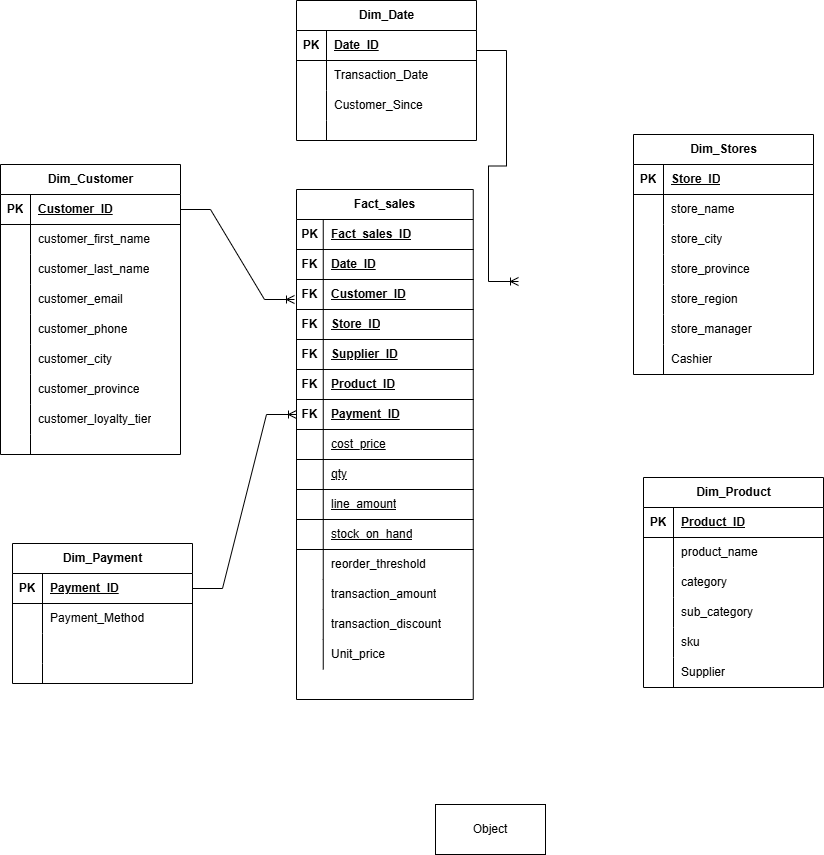
Above: Data_Modeling/Brightlearnsale data model.drawio.png in FulufheloNetshiombo/Brightlearn-de-exam--Fulufhelo---Netshiombo- (draw.io), before the change. Source tidied: cells renumbered, new cells last; positions are measured from the earlier drawing's top-left corner, leaving out a move shared by most shapes.
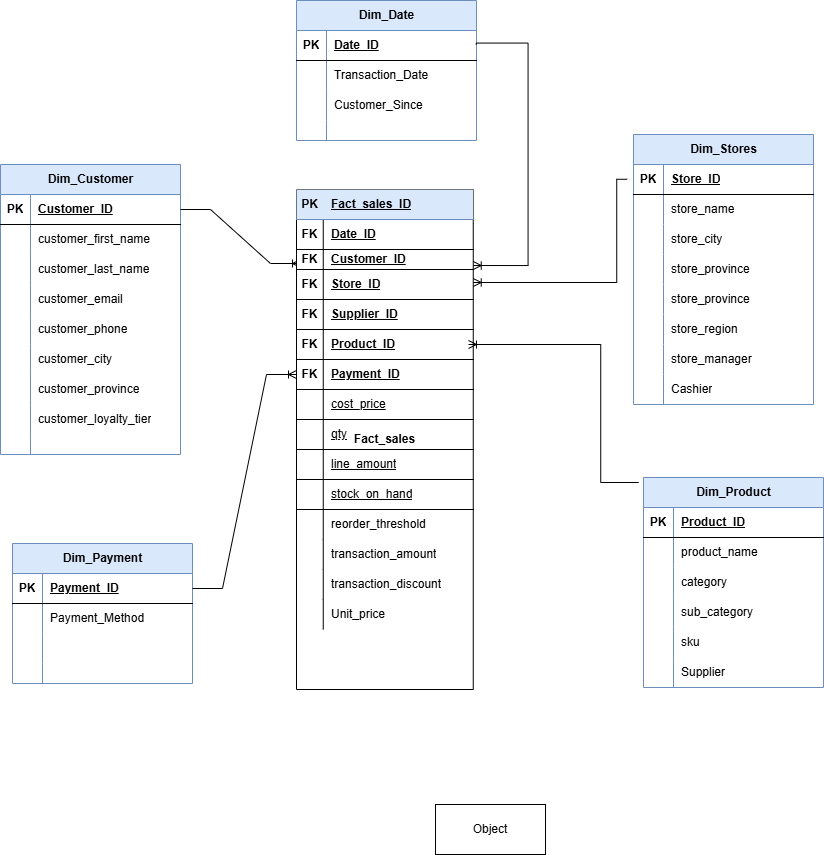
Later version of the same file.

Commit message:
final brightlearn deexam complete

The edit, as a diff of the source:
```diff
@@ -2,7 +2,7 @@
   <root>
     <mxCell id="0" />
     <mxCell id="1" parent="0" />
-    <mxCell id="2" value="Dim_Product" style="shape=table;startSize=30;rowLines=0;fontStyle=1;align=center;html=1;" parent="1" vertex="1">
+    <mxCell id="2" value="Dim_Product" style="shape=table;startSize=30;rowLines=0;fontStyle=1;align=center;html=1;fillColor=#dae8fc;strokeColor=#6c8ebf;" parent="1" vertex="1">
       <mxGeometry x="643" y="477" width="180" height="210" as="geometry" />
     </mxCell>
     <mxCell id="3" style="shape=tableRow;horizontal=0;startSize=0;swimlaneHead=0;swimlaneBody=0;fillColor=none;top=0;left=0;right=0;bottom=1;" parent="2" vertex="1">
@@ -59,7 +59,7 @@
     <mxCell id="20" value="Supplier" style="shape=partialRectangle;fillColor=none;top=0;left=0;bottom=0;right=0;align=left;spacingLeft=6;overflow=hidden;whiteSpace=wrap;html=1;" parent="18" vertex="1">
       <mxGeometry x="30" width="150" height="30" as="geometry" />
     </mxCell>
-    <mxCell id="21" value="Dim_Payment" style="shape=table;startSize=30;rowLines=0;fontStyle=1;align=center;html=1;" parent="1" vertex="1">
+    <mxCell id="21" value="Dim_Payment" style="shape=table;startSize=30;rowLines=0;fontStyle=1;align=center;html=1;fillColor=#dae8fc;strokeColor=#6c8ebf;" parent="1" vertex="1">
       <mxGeometry x="12" y="543" width="180" height="140" as="geometry" />
     </mxCell>
     <mxCell id="22" style="shape=tableRow;horizontal=0;startSize=0;swimlaneHead=0;swimlaneBody=0;fillColor=none;points=[[0,0.5],[1,0.5]];portConstraint=eastwest;top=0;left=0;right=0;bottom=1;" parent="21" vertex="1">
@@ -98,7 +98,7 @@
     <mxCell id="33" style="shape=partialRectangle;fillColor=none;top=0;left=0;bottom=0;right=0;align=left;spacingLeft=6;overflow=hidden;whiteSpace=wrap;html=1;" parent="31" vertex="1">
       <mxGeometry x="30" width="150" height="20" as="geometry" />
     </mxCell>
-    <mxCell id="34" value="Dim_Customer" style="shape=table;startSize=30;rowLines=0;fontStyle=1;align=center;html=1;" parent="1" vertex="1">
+    <mxCell id="34" value="Dim_Customer" style="shape=table;startSize=30;rowLines=0;fontStyle=1;align=center;html=1;fillColor=#dae8fc;strokeColor=#6c8ebf;" parent="1" vertex="1">
       <mxGeometry y="164" width="180" height="290" as="geometry" />
     </mxCell>
     <mxCell id="35" style="shape=tableRow;horizontal=0;startSize=0;swimlaneHead=0;swimlaneBody=0;fillColor=none;points=[[0,0.5],[1,0.5]];portConstraint=eastwest;top=0;left=0;right=0;bottom=1;" parent="34" vertex="1">
@@ -182,7 +182,7 @@
     <mxCell id="61" style="shape=partialRectangle;fillColor=none;top=0;left=0;bottom=0;right=0;align=left;spacingLeft=6;overflow=hidden;whiteSpace=wrap;html=1;" parent="59" vertex="1">
       <mxGeometry x="30" width="150" height="20" as="geometry" />
     </mxCell>
-    <mxCell id="62" value="Dim_Date" style="shape=table;startSize=30;rowLines=0;fontStyle=1;align=center;html=1;" parent="1" vertex="1">
+    <mxCell id="62" value="Dim_Date" style="shape=table;startSize=30;rowLines=0;fontStyle=1;align=center;html=1;fillColor=#dae8fc;strokeColor=#6c8ebf;" parent="1" vertex="1">
       <mxGeometry x="296" width="180" height="140" as="geometry" />
     </mxCell>
     <mxCell id="63" style="shape=tableRow;horizontal=0;startSize=0;swimlaneHead=0;swimlaneBody=0;fillColor=none;top=0;left=0;right=0;bottom=1;" parent="62" vertex="1">
@@ -221,8 +221,8 @@
     <mxCell id="74" style="shape=partialRectangle;fillColor=none;top=0;left=0;bottom=0;right=0;align=left;spacingLeft=6;overflow=hidden;whiteSpace=wrap;html=1;" parent="72" vertex="1">
       <mxGeometry x="30" width="150" height="20" as="geometry" />
     </mxCell>
-    <mxCell id="75" value="Dim_Stores" style="shape=table;startSize=30;rowLines=0;fontStyle=1;align=center;html=1;" parent="1" vertex="1">
-      <mxGeometry x="633" y="134" width="180" height="240" as="geometry" />
+    <mxCell id="75" value="Dim_Stores" style="shape=table;startSize=30;rowLines=0;fontStyle=1;align=center;html=1;fillColor=#dae8fc;strokeColor=#6c8ebf;" parent="1" vertex="1">
+      <mxGeometry x="633" y="134" width="180" height="270" as="geometry" />
     </mxCell>
     <mxCell id="76" style="shape=tableRow;horizontal=0;startSize=0;swimlaneHead=0;swimlaneBody=0;fillColor=none;points=[[0,0.5],[1,0.5]];portConstraint=eastwest;top=0;left=0;right=0;bottom=1;" parent="75" vertex="1">
       <mxGeometry y="30" width="180" height="30" as="geometry" />
@@ -251,8 +251,17 @@
     <mxCell id="84" value="store_city" style="shape=partialRectangle;fillColor=none;top=0;left=0;bottom=0;right=0;align=left;spacingLeft=6;overflow=hidden;whiteSpace=wrap;html=1;" parent="82" vertex="1">
       <mxGeometry x="30" width="150" height="30" as="geometry" />
     </mxCell>
+    <mxCell id="147" style="shape=tableRow;horizontal=0;startSize=0;swimlaneHead=0;swimlaneBody=0;fillColor=none;top=0;left=0;right=0;bottom=0;" parent="75" vertex="1">
+      <mxGeometry y="120" width="180" height="30" as="geometry" />
+    </mxCell>
+    <mxCell id="148" style="shape=partialRectangle;fillColor=none;top=0;left=0;bottom=0;right=0;overflow=hidden;whiteSpace=wrap;html=1;" parent="147" vertex="1">
+      <mxGeometry width="30" height="30" as="geometry" />
+    </mxCell>
+    <mxCell id="149" value="store_province" style="shape=partialRectangle;fillColor=none;top=0;left=0;bottom=0;right=0;align=left;spacingLeft=6;overflow=hidden;whiteSpace=wrap;html=1;" parent="147" vertex="1">
+      <mxGeometry x="30" width="150" height="30" as="geometry" />
+    </mxCell>
     <mxCell id="85" style="shape=tableRow;horizontal=0;startSize=0;swimlaneHead=0;swimlaneBody=0;fillColor=none;top=0;left=0;right=0;bottom=0;" parent="75" vertex="1">
-      <mxGeometry y="120" width="180" height="30" as="geometry" />
+      <mxGeometry y="150" width="180" height="30" as="geometry" />
     </mxCell>
     <mxCell id="86" style="shape=partialRectangle;fillColor=none;top=0;left=0;bottom=0;right=0;overflow=hidden;whiteSpace=wrap;html=1;" parent="85" vertex="1">
       <mxGeometry width="30" height="30" as="geometry" />
@@ -261,7 +270,7 @@
       <mxGeometry x="30" width="150" height="30" as="geometry" />
     </mxCell>
     <mxCell id="88" style="shape=tableRow;horizontal=0;startSize=0;swimlaneHead=0;swimlaneBody=0;fillColor=none;top=0;left=0;right=0;bottom=0;" parent="75" vertex="1">
-      <mxGeometry y="150" width="180" height="30" as="geometry" />
+      <mxGeometry y="180" width="180" height="30" as="geometry" />
     </mxCell>
     <mxCell id="89" style="shape=partialRectangle;fillColor=none;top=0;left=0;bottom=0;right=0;overflow=hidden;whiteSpace=wrap;html=1;" parent="88" vertex="1">
       <mxGeometry width="30" height="30" as="geometry" />
@@ -270,7 +279,7 @@
       <mxGeometry x="30" width="150" height="30" as="geometry" />
     </mxCell>
     <mxCell id="91" style="shape=tableRow;horizontal=0;startSize=0;swimlaneHead=0;swimlaneBody=0;fillColor=none;top=0;left=0;right=0;bottom=0;" parent="75" vertex="1">
-      <mxGeometry y="180" width="180" height="30" as="geometry" />
+      <mxGeometry y="210" width="180" height="30" as="geometry" />
     </mxCell>
     <mxCell id="92" style="shape=partialRectangle;fillColor=none;top=0;left=0;bottom=0;right=0;overflow=hidden;whiteSpace=wrap;html=1;" parent="91" vertex="1">
       <mxGeometry width="30" height="30" as="geometry" />
@@ -279,7 +288,7 @@
       <mxGeometry x="30" width="150" height="30" as="geometry" />
     </mxCell>
     <mxCell id="94" style="shape=tableRow;horizontal=0;startSize=0;swimlaneHead=0;swimlaneBody=0;fillColor=none;top=0;left=0;right=0;bottom=0;" parent="75" vertex="1">
-      <mxGeometry y="210" width="180" height="30" as="geometry" />
+      <mxGeometry y="240" width="180" height="30" as="geometry" />
     </mxCell>
     <mxCell id="95" style="shape=partialRectangle;fillColor=none;top=0;left=0;bottom=0;right=0;overflow=hidden;whiteSpace=wrap;html=1;" parent="94" vertex="1">
       <mxGeometry width="30" height="30" as="geometry" />
@@ -289,14 +298,14 @@
     </mxCell>
     <mxCell id="97" style="edgeStyle=entityRelationEdgeStyle;fontSize=12;html=1;endArrow=ERoneToMany;rounded=0;exitX=1;exitY=0.5;exitDx=0;exitDy=0;" parent="1" edge="1" source="35">
       <mxGeometry relative="1" as="geometry">
-        <mxPoint x="294" y="299" as="targetPoint" />
+        <mxPoint x="300" y="263" as="targetPoint" />
       </mxGeometry>
     </mxCell>
-    <mxCell id="98" value="Fact_sales" style="shape=table;startSize=30;rowLines=0;fontStyle=1;align=center;html=1;" parent="1" vertex="1">
-      <mxGeometry x="296" y="189" width="176.8" height="510" as="geometry" />
+    <mxCell id="98" value="Fact_sales" style="shape=table;startSize=0;rowLines=0;fontStyle=1;align=center;html=1;" parent="1" vertex="1">
+      <mxGeometry x="296" y="189" width="176.8" height="500" as="geometry" />
     </mxCell>
-    <mxCell id="99" style="shape=tableRow;horizontal=0;startSize=0;swimlaneHead=0;swimlaneBody=0;fillColor=none;top=0;left=0;right=0;bottom=1;" parent="98" vertex="1">
-      <mxGeometry y="30" width="176.8" height="30" as="geometry" />
+    <mxCell id="99" style="shape=tableRow;horizontal=0;startSize=0;swimlaneHead=0;swimlaneBody=0;fillColor=#dae8fc;top=0;left=0;right=0;bottom=1;strokeColor=#6c8ebf;" parent="98" vertex="1">
+      <mxGeometry width="176.8" height="30" as="geometry" />
     </mxCell>
     <mxCell id="100" value="PK" style="shape=partialRectangle;fillColor=none;top=0;left=0;bottom=0;right=0;fontStyle=1;overflow=hidden;whiteSpace=wrap;html=1;" parent="99" vertex="1">
       <mxGeometry width="26.8" height="30" as="geometry" />
@@ -305,7 +314,7 @@
       <mxGeometry x="26.8" width="150" height="30" as="geometry" />
     </mxCell>
     <mxCell id="102" style="shape=tableRow;horizontal=0;startSize=0;swimlaneHead=0;swimlaneBody=0;fillColor=none;top=0;left=0;right=0;bottom=1;" parent="98" vertex="1">
-      <mxGeometry y="60" width="176.8" height="30" as="geometry" />
+      <mxGeometry y="30" width="176.8" height="30" as="geometry" />
     </mxCell>
     <mxCell id="103" value="FK" style="shape=partialRectangle;fillColor=none;top=0;left=0;bottom=0;right=0;fontStyle=1;overflow=hidden;whiteSpace=wrap;html=1;" parent="102" vertex="1">
       <mxGeometry width="26.8" height="30" as="geometry" />
@@ -314,16 +323,16 @@
       <mxGeometry x="26.8" width="150" height="30" as="geometry" />
     </mxCell>
     <mxCell id="105" style="shape=tableRow;horizontal=0;startSize=0;swimlaneHead=0;swimlaneBody=0;fillColor=none;top=0;left=0;right=0;bottom=1;" parent="98" vertex="1">
-      <mxGeometry y="90" width="176.8" height="30" as="geometry" />
+      <mxGeometry y="60" width="176.8" height="20" as="geometry" />
     </mxCell>
     <mxCell id="106" value="FK" style="shape=partialRectangle;fillColor=none;top=0;left=0;bottom=0;right=0;fontStyle=1;overflow=hidden;whiteSpace=wrap;html=1;" parent="105" vertex="1">
-      <mxGeometry width="26.8" height="30" as="geometry" />
+      <mxGeometry width="26.8" height="20" as="geometry" />
     </mxCell>
     <mxCell id="107" value="Customer_ID" style="shape=partialRectangle;fillColor=none;top=0;left=0;bottom=0;right=0;align=left;spacingLeft=6;fontStyle=5;overflow=hidden;whiteSpace=wrap;html=1;" parent="105" vertex="1">
-      <mxGeometry x="26.8" width="150" height="30" as="geometry" />
+      <mxGeometry x="26.8" width="150" height="20" as="geometry" />
     </mxCell>
     <mxCell id="108" style="shape=tableRow;horizontal=0;startSize=0;swimlaneHead=0;swimlaneBody=0;fillColor=none;top=0;left=0;right=0;bottom=1;" parent="98" vertex="1">
-      <mxGeometry y="120" width="176.8" height="30" as="geometry" />
+      <mxGeometry y="80" width="176.8" height="30" as="geometry" />
     </mxCell>
     <mxCell id="109" value="FK" style="shape=partialRectangle;fillColor=none;top=0;left=0;bottom=0;right=0;fontStyle=1;overflow=hidden;whiteSpace=wrap;html=1;" parent="108" vertex="1">
       <mxGeometry width="26.8" height="30" as="geometry" />
@@ -332,7 +341,7 @@
       <mxGeometry x="26.8" width="150" height="30" as="geometry" />
     </mxCell>
     <mxCell id="111" style="shape=tableRow;horizontal=0;startSize=0;swimlaneHead=0;swimlaneBody=0;fillColor=none;top=0;left=0;right=0;bottom=1;" parent="98" vertex="1">
-      <mxGeometry y="150" width="176.8" height="30" as="geometry" />
+      <mxGeometry y="110" width="176.8" height="30" as="geometry" />
     </mxCell>
     <mxCell id="112" value="FK" style="shape=partialRectangle;fillColor=none;top=0;left=0;bottom=0;right=0;fontStyle=1;overflow=hidden;whiteSpace=wrap;html=1;" parent="111" vertex="1">
       <mxGeometry width="26.8" height="30" as="geometry" />
@@ -341,7 +350,7 @@
       <mxGeometry x="26.8" width="150" height="30" as="geometry" />
     </mxCell>
     <mxCell id="114" style="shape=tableRow;horizontal=0;startSize=0;swimlaneHead=0;swimlaneBody=0;fillColor=none;top=0;left=0;right=0;bottom=1;" parent="98" vertex="1">
-      <mxGeometry y="180" width="176.8" height="30" as="geometry" />
+      <mxGeometry y="140" width="176.8" height="30" as="geometry" />
     </mxCell>
     <mxCell id="115" value="FK" style="shape=partialRectangle;fillColor=none;top=0;left=0;bottom=0;right=0;fontStyle=1;overflow=hidden;whiteSpace=wrap;html=1;" parent="114" vertex="1">
       <mxGeometry width="26.8" height="30" as="geometry" />
@@ -350,7 +359,7 @@
       <mxGeometry x="26.8" width="150" height="30" as="geometry" />
     </mxCell>
     <mxCell id="117" style="shape=tableRow;horizontal=0;startSize=0;swimlaneHead=0;swimlaneBody=0;fillColor=none;points=[[0,0.5],[1,0.5]];portConstraint=eastwest;top=0;left=0;right=0;bottom=1;" parent="98" vertex="1">
-      <mxGeometry y="210" width="176.8" height="30" as="geometry" />
+      <mxGeometry y="170" width="176.8" height="30" as="geometry" />
     </mxCell>
     <mxCell id="118" value="FK" style="shape=partialRectangle;fillColor=none;top=0;left=0;bottom=0;right=0;fontStyle=1;overflow=hidden;whiteSpace=wrap;html=1;" parent="117" vertex="1">
       <mxGeometry width="26.8" height="30" as="geometry" />
@@ -359,7 +368,7 @@
       <mxGeometry x="26.8" width="150" height="30" as="geometry" />
     </mxCell>
     <mxCell id="120" style="shape=tableRow;horizontal=0;startSize=0;swimlaneHead=0;swimlaneBody=0;fillColor=none;top=0;left=0;right=0;bottom=1;" parent="98" vertex="1">
-      <mxGeometry y="240" width="176.8" height="30" as="geometry" />
+      <mxGeometry y="200" width="176.8" height="30" as="geometry" />
     </mxCell>
     <mxCell id="121" style="shape=partialRectangle;fillColor=none;top=0;left=0;bottom=0;right=0;fontStyle=1;overflow=hidden;whiteSpace=wrap;html=1;" parent="120" vertex="1">
       <mxGeometry width="26.8" height="30" as="geometry" />
@@ -368,7 +377,7 @@
       <mxGeometry x="26.8" width="150" height="30" as="geometry" />
     </mxCell>
     <mxCell id="123" style="shape=tableRow;horizontal=0;startSize=0;swimlaneHead=0;swimlaneBody=0;fillColor=none;top=0;left=0;right=0;bottom=1;" parent="98" vertex="1">
-      <mxGeometry y="270" width="176.8" height="30" as="geometry" />
+      <mxGeometry y="230" width="176.8" height="30" as="geometry" />
     </mxCell>
     <mxCell id="124" style="shape=partialRectangle;fillColor=none;top=0;left=0;bottom=0;right=0;fontStyle=1;overflow=hidden;whiteSpace=wrap;html=1;" parent="123" vertex="1">
       <mxGeometry width="26.8" height="30" as="geometry" />
@@ -377,7 +386,7 @@
       <mxGeometry x="26.8" width="150" height="30" as="geometry" />
     </mxCell>
     <mxCell id="126" style="shape=tableRow;horizontal=0;startSize=0;swimlaneHead=0;swimlaneBody=0;fillColor=none;top=0;left=0;right=0;bottom=1;" parent="98" vertex="1">
-      <mxGeometry y="300" width="176.8" height="30" as="geometry" />
+      <mxGeometry y="260" width="176.8" height="30" as="geometry" />
     </mxCell>
     <mxCell id="127" style="shape=partialRectangle;fillColor=none;top=0;left=0;bottom=0;right=0;fontStyle=1;overflow=hidden;whiteSpace=wrap;html=1;" parent="126" vertex="1">
       <mxGeometry width="26.8" height="30" as="geometry" />
@@ -386,7 +395,7 @@
       <mxGeometry x="26.8" width="150" height="30" as="geometry" />
     </mxCell>
     <mxCell id="129" style="shape=tableRow;horizontal=0;startSize=0;swimlaneHead=0;swimlaneBody=0;fillColor=none;top=0;left=0;right=0;bottom=1;" parent="98" vertex="1">
-      <mxGeometry y="330" width="176.8" height="30" as="geometry" />
+      <mxGeometry y="290" width="176.8" height="30" as="geometry" />
     </mxCell>
     <mxCell id="130" style="shape=partialRectangle;fillColor=none;top=0;left=0;bottom=0;right=0;fontStyle=1;overflow=hidden;whiteSpace=wrap;html=1;" parent="129" vertex="1">
       <mxGeometry width="26.8" height="30" as="geometry" />
@@ -395,7 +404,7 @@
       <mxGeometry x="26.8" width="150" height="30" as="geometry" />
     </mxCell>
     <mxCell id="132" style="shape=tableRow;horizontal=0;startSize=0;swimlaneHead=0;swimlaneBody=0;fillColor=none;top=0;left=0;right=0;bottom=0;" parent="98" vertex="1">
-      <mxGeometry y="360" width="176.8" height="30" as="geometry" />
+      <mxGeometry y="320" width="176.8" height="30" as="geometry" />
     </mxCell>
     <mxCell id="133" style="shape=partialRectangle;fillColor=none;top=0;left=0;bottom=0;right=0;overflow=hidden;whiteSpace=wrap;html=1;" parent="132" vertex="1">
       <mxGeometry width="26.8" height="30" as="geometry" />
@@ -404,7 +413,7 @@
       <mxGeometry x="26.8" width="150" height="30" as="geometry" />
     </mxCell>
     <mxCell id="135" style="shape=tableRow;horizontal=0;startSize=0;swimlaneHead=0;swimlaneBody=0;fillColor=none;top=0;left=0;right=0;bottom=0;" parent="98" vertex="1">
-      <mxGeometry y="390" width="176.8" height="30" as="geometry" />
+      <mxGeometry y="350" width="176.8" height="30" as="geometry" />
     </mxCell>
     <mxCell id="136" style="shape=partialRectangle;fillColor=none;top=0;left=0;bottom=0;right=0;overflow=hidden;whiteSpace=wrap;html=1;" parent="135" vertex="1">
       <mxGeometry width="26.8" height="30" as="geometry" />
@@ -413,7 +422,7 @@
       <mxGeometry x="26.8" width="150" height="30" as="geometry" />
     </mxCell>
     <mxCell id="138" style="shape=tableRow;horizontal=0;startSize=0;swimlaneHead=0;swimlaneBody=0;fillColor=none;top=0;left=0;right=0;bottom=0;" parent="98" vertex="1">
-      <mxGeometry y="420" width="176.8" height="30" as="geometry" />
+      <mxGeometry y="380" width="176.8" height="30" as="geometry" />
     </mxCell>
     <mxCell id="139" style="shape=partialRectangle;fillColor=none;top=0;left=0;bottom=0;right=0;overflow=hidden;whiteSpace=wrap;html=1;" parent="138" vertex="1">
       <mxGeometry width="26.8" height="30" as="geometry" />
@@ -422,7 +431,7 @@
       <mxGeometry x="26.8" width="150" height="30" as="geometry" />
     </mxCell>
     <mxCell id="141" style="shape=tableRow;horizontal=0;startSize=0;swimlaneHead=0;swimlaneBody=0;fillColor=none;top=0;left=0;right=0;bottom=0;" parent="98" vertex="1">
-      <mxGeometry y="450" width="176.8" height="30" as="geometry" />
+      <mxGeometry y="410" width="176.8" height="30" as="geometry" />
     </mxCell>
     <mxCell id="142" style="shape=partialRectangle;fillColor=none;top=0;left=0;bottom=0;right=0;overflow=hidden;whiteSpace=wrap;html=1;" parent="141" vertex="1">
       <mxGeometry width="26.8" height="30" as="geometry" />
@@ -436,11 +445,35 @@
     <mxCell id="145" value="Object" style="html=1;whiteSpace=wrap;" parent="1" vertex="1">
       <mxGeometry x="435" y="804" width="110" height="50" as="geometry" />
     </mxCell>
-    <mxCell id="146" style="edgeStyle=entityRelationEdgeStyle;fontSize=12;html=1;endArrow=ERoneToMany;rounded=0;" parent="1" edge="1">
+    <mxCell id="146" style="fontSize=12;html=1;endArrow=ERoneToMany;rounded=0;exitX=1;exitY=0.5;exitDx=0;exitDy=0;edgeStyle=orthogonalEdgeStyle;" parent="1" edge="1">
       <mxGeometry relative="1" as="geometry">
-        <mxPoint x="476" y="50" as="sourcePoint" />
-        <mxPoint x="518" y="281" as="targetPoint" />
+        <mxPoint x="475.8" y="44" as="sourcePoint" />
+        <mxPoint x="472.8" y="265" as="targetPoint" />
+        <Array as="points">
+          <mxPoint x="475.8" y="42.6" />
+          <mxPoint x="527.6" y="42.6" />
+          <mxPoint x="527.6" y="265" />
+        </Array>
       </mxGeometry>
     </mxCell>
+    <mxCell id="150" style="fontSize=12;html=1;endArrow=ERoneToMany;rounded=0;edgeStyle=orthogonalEdgeStyle;entryX=1;entryY=0.5;entryDx=0;entryDy=0;exitX=0;exitY=0.5;exitDx=0;exitDy=0;" parent="1" edge="1">
+      <mxGeometry relative="1" as="geometry">
+        <mxPoint x="638.2" y="482" as="sourcePoint" />
+        <mxPoint x="468" y="344" as="targetPoint" />
+        <Array as="points">
+          <mxPoint x="600.2" y="482" />
+          <mxPoint x="600.2" y="344" />
+        </Array>
+      </mxGeometry>
+    </mxCell>
+    <mxCell id="151" style="fontSize=12;html=1;endArrow=ERoneToMany;rounded=0;edgeStyle=orthogonalEdgeStyle;entryX=1;entryY=0.5;entryDx=0;entryDy=0;exitX=-0.035;exitY=0.492;exitDx=0;exitDy=0;exitPerimeter=0;" parent="1" edge="1" source="76">
+      <mxGeometry relative="1" as="geometry">
+        <mxPoint x="472.8" y="282" as="targetPoint" />
+        <Array as="points">
+          <mxPoint x="616.2" y="178.8" />
+          <mxPoint x="616.2" y="282" />
+        </Array>
+      </mxGeometry>
+    </mxCell>
   </root>
 </mxGraphModel>
```
